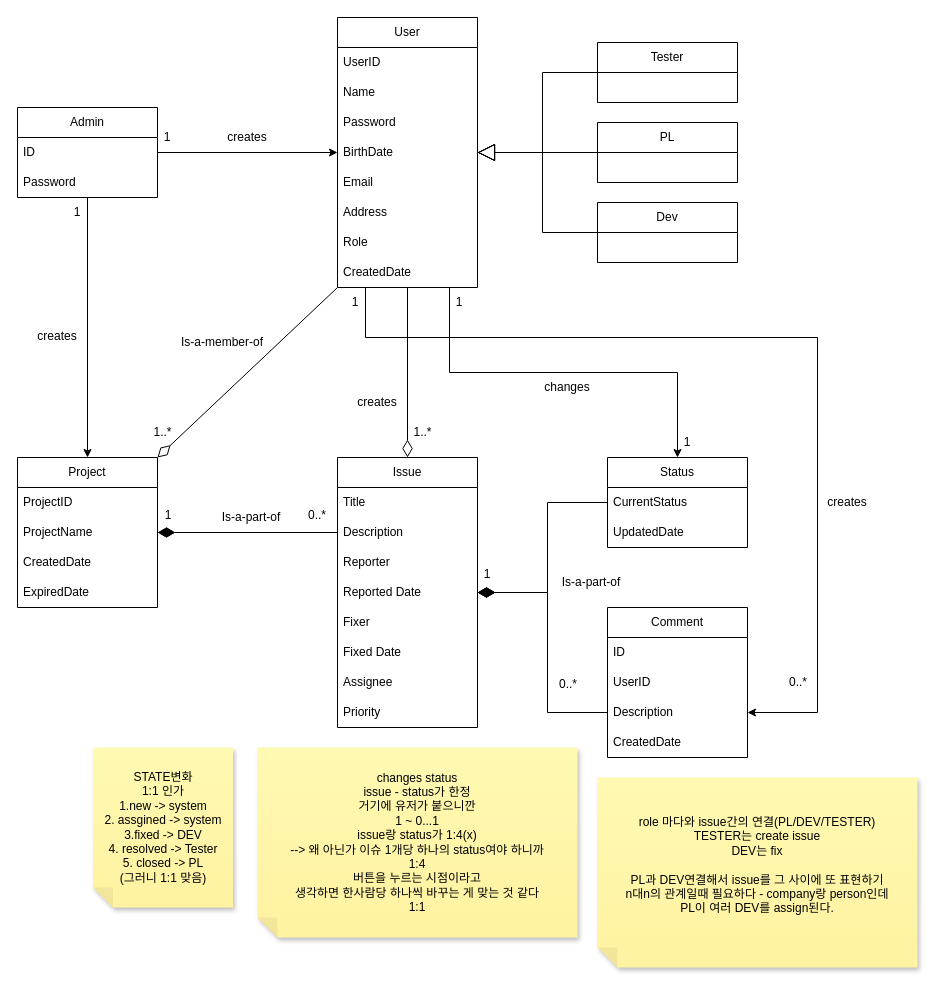
The draw.io diagram 다이어그램 모음집/도메인 모델-2.drawio in LuisYou/Term_Project_19, before the edit. Source tidied: cells renumbered, new cells numbered last; positions are measured from the earlier drawing's top-left corner, leaving out a move shared by most shapes. Both pictures are drawn from the tidied source at 100%, with x=0, y=0 at pixel (17, 17).
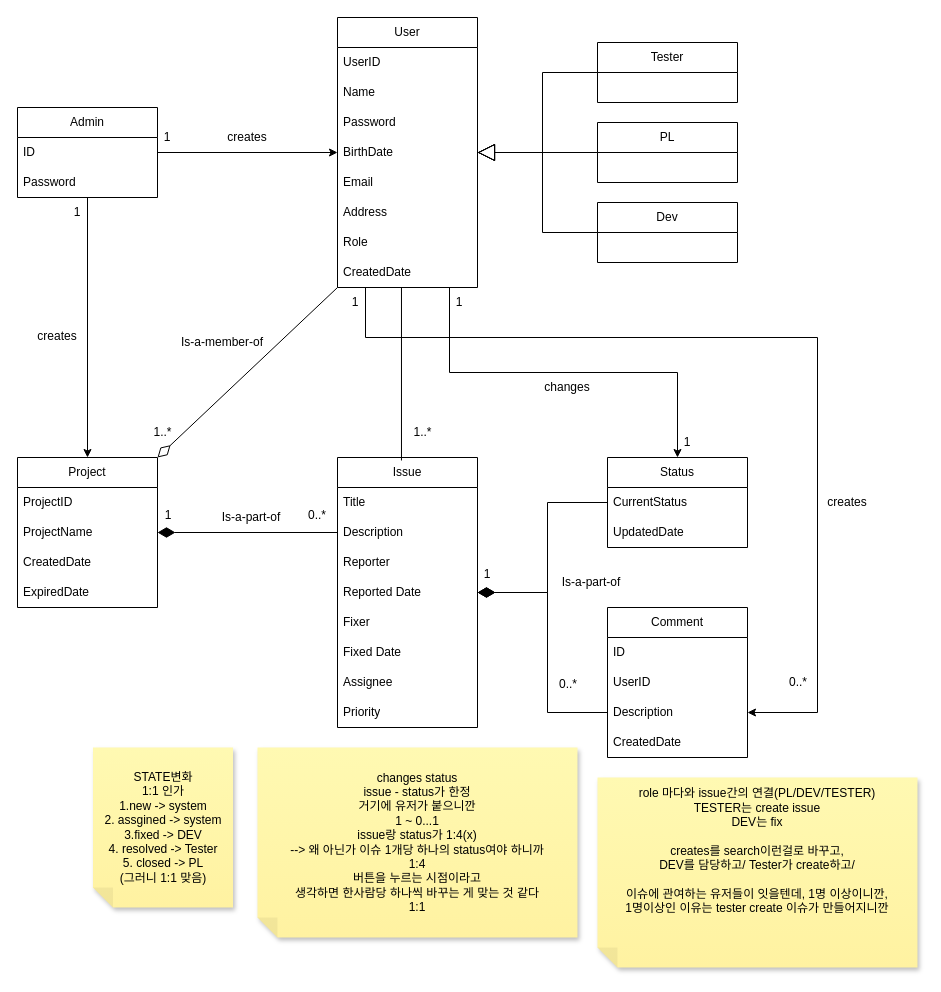
Above is the later version.

The change refers to these unchanged cells:
```xml
<mxCell id="10" value="CreatedDate" style="text;strokeColor=none;fillColor=none;align=left;verticalAlign=middle;spacingLeft=4;spacingRight=4;overflow=hidden;points=[[0,0.5],[1,0.5]];portConstraint=eastwest;whiteSpace=wrap;html=1;" parent="2" vertex="1">
  <mxGeometry y="240" width="140" height="30" as="geometry" />
</mxCell>
<mxCell id="27" value="Issue" style="swimlane;fontStyle=0;horizontal=1;startSize=30;whiteSpace=wrap;html=1;" parent="1" vertex="1">
  <mxGeometry x="320" y="440" width="140" height="270" as="geometry" />
</mxCell>
```

Diff of the diagram source:
```diff
@@
-    <mxCell id="37" style="edgeStyle=orthogonalEdgeStyle;rounded=0;jettySize=auto;html=1;exitX=0.5;exitY=0;exitDx=0;exitDy=0;entryX=0.5;entryY=1;entryDx=0;entryDy=0;entryPerimeter=0;startArrow=diamondThin;startFill=0;endArrow=none;endFill=0;startSize=15;" parent="1" edge="1" source="27" target="10">
-      <mxGeometry relative="1" as="geometry" />
-    </mxCell>
@@
-    <mxCell id="66" value="creates" style="text;html=1;align=center;verticalAlign=middle;whiteSpace=wrap;rounded=0;" parent="1" vertex="1">
-      <mxGeometry x="330" y="370" width="60" height="30" as="geometry" />
-    </mxCell>
@@
-    <mxCell id="73" value="&lt;div&gt;role 마다와 issue간의 연결(PL/DEV/TESTER)&lt;/div&gt;&lt;div&gt;TESTER는 create issue&lt;/div&gt;&lt;div&gt;DEV는 fix&lt;/div&gt;&lt;div&gt;&lt;br&gt;&lt;/div&gt;&lt;div&gt;PL과 DEV연결해서 issue를 그 사이에 또 표현하기&lt;/div&gt;&lt;div&gt;n대n의 관계일때 필요하다 - company랑 person인데&lt;br&gt;PL이 여러 DEV를 assign된다. &lt;br&gt;&lt;/div&gt;&lt;div&gt;&lt;br&gt;&lt;/div&gt;" style="shape=note;whiteSpace=wrap;html=1;backgroundOutline=1;fontColor=#000000;darkOpacity=0.05;fillColor=#FFF9B2;strokeColor=none;fillStyle=solid;direction=west;gradientDirection=north;gradientColor=#FFF2A1;shadow=1;size=20;" parent="1" vertex="1">
+    <mxCell id="73" value="&lt;div&gt;role 마다와 issue간의 연결(PL/DEV/TESTER)&lt;/div&gt;&lt;div&gt;TESTER는 create issue&lt;/div&gt;&lt;div&gt;DEV는 fix&lt;/div&gt;&lt;div&gt;&lt;br&gt;&lt;/div&gt;&lt;div&gt;creates를 search이런걸로 바꾸고, &lt;br&gt;DEV를 담당하고/ Tester가 create하고/ &lt;br&gt;&lt;/div&gt;&lt;div&gt;&lt;br&gt;&lt;/div&gt;&lt;div&gt;이슈에 관여하는 유저들이 잇을텐데, 1명 이상이니깐,&lt;br&gt;1명이상인 이유는 tester create 이슈가 만들어지니깐&lt;/div&gt;&lt;div&gt;&lt;br&gt;&lt;/div&gt;&lt;br&gt;&lt;div&gt;&lt;br&gt;&lt;/div&gt;" style="shape=note;whiteSpace=wrap;html=1;backgroundOutline=1;fontColor=#000000;darkOpacity=0.05;fillColor=#FFF9B2;strokeColor=none;fillStyle=solid;direction=west;gradientDirection=north;gradientColor=#FFF2A1;shadow=1;size=20;" parent="1" vertex="1">
       <mxGeometry x="580" y="760" width="320" height="190" as="geometry" />
     </mxCell>
+    <mxCell id="37" style="endArrow=none;html=1;rounded=0;entryX=0.457;entryY=1;entryDx=0;entryDy=0;entryPerimeter=0;exitX=0.457;exitY=0.011;exitDx=0;exitDy=0;exitPerimeter=0;" parent="1" edge="1" source="27" target="10">
+      <mxGeometry relative="1" as="geometry" />
+    </mxCell>
```
